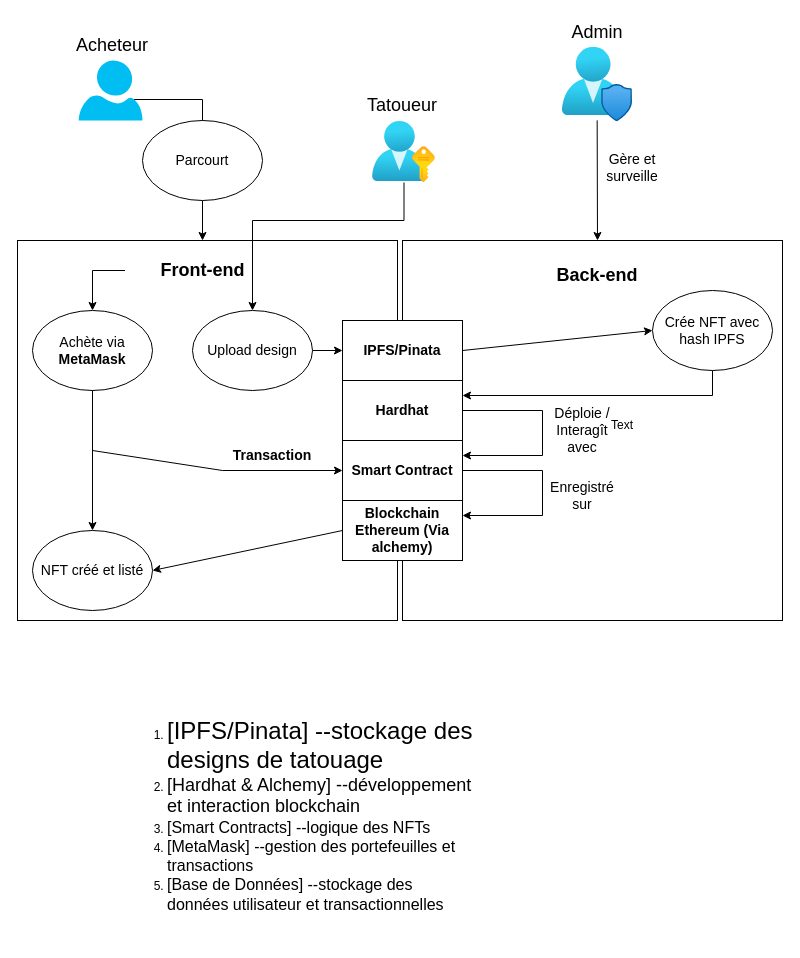
Earlier version of the draw.io diagram Diagramme sans nom.drawio (Lodidiz/NFTMarketplaceTattoo). Source tidied: cells renumbered, new cells numbered last; positions are measured from the earlier drawing's top-left corner, leaving out a move shared by most shapes. Both pictures are drawn from the tidied source at 100%, with x=0, y=0 at pixel (17, 17).
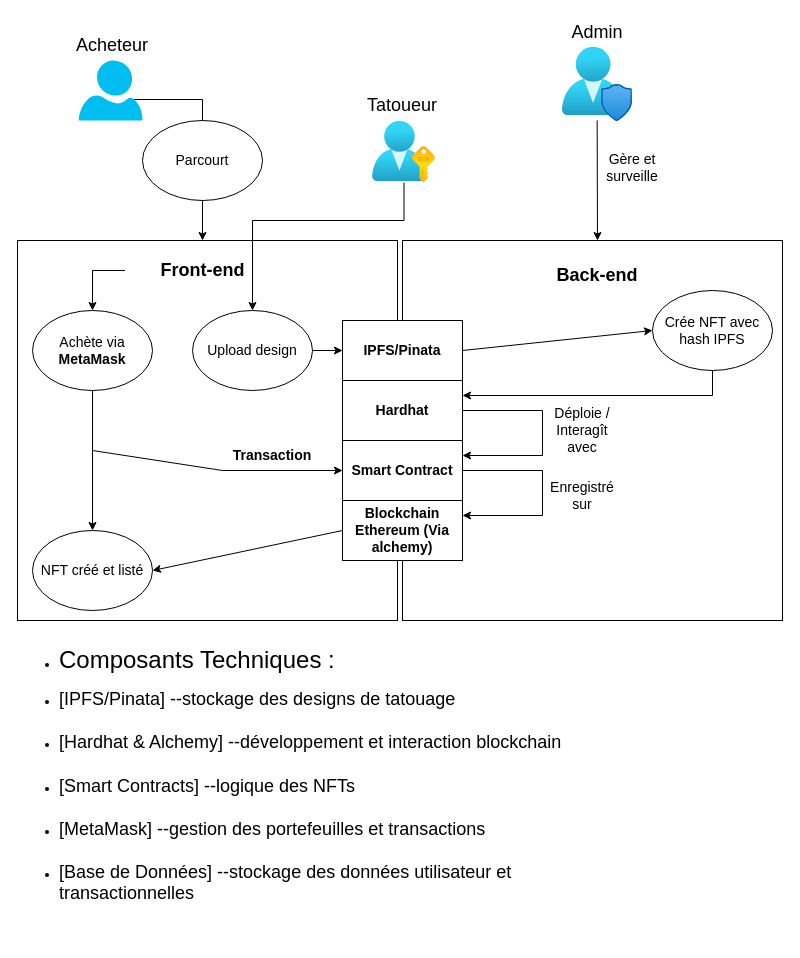
Above is the later version.

The edit, as a diff of the source:
```diff
@@
-    <mxCell id="36" value="Text" style="text;html=1;strokeColor=none;fillColor=none;align=center;verticalAlign=middle;whiteSpace=wrap;rounded=0;" parent="1" vertex="1">
-      <mxGeometry x="575" y="393" width="60" height="30" as="geometry" />
-    </mxCell>
@@
-    <mxCell id="40" value="&lt;ol&gt;&lt;li&gt;&lt;span style=&quot;background-color: initial;&quot;&gt;&lt;font style=&quot;font-size: 24px;&quot;&gt;[IPFS/Pinata] --stockage des designs de tatouage&amp;nbsp;&lt;/font&gt;&lt;/span&gt;&lt;/li&gt;&lt;li&gt;&lt;span style=&quot;background-color: initial;&quot;&gt;&lt;font style=&quot;font-size: 18px;&quot;&gt;[Hardhat &amp;amp; Alchemy] --développement et interaction blockchain&amp;nbsp;&lt;/font&gt;&lt;/span&gt;&lt;/li&gt;&lt;li&gt;&lt;span style=&quot;background-color: initial;&quot;&gt;&lt;font size=&quot;3&quot;&gt;[Smart Contracts] --logique des NFTs&amp;nbsp;&lt;/font&gt;&lt;/span&gt;&lt;/li&gt;&lt;li&gt;&lt;span style=&quot;background-color: initial;&quot;&gt;&lt;font size=&quot;3&quot;&gt;[MetaMask] --gestion des portefeuilles et transactions&amp;nbsp;&lt;/font&gt;&lt;/span&gt;&lt;/li&gt;&lt;li&gt;&lt;span style=&quot;background-color: initial;&quot;&gt;&lt;font size=&quot;3&quot;&gt;[Base de Données] --stockage des données utilisateur et transactionnelles&lt;/font&gt;&lt;/span&gt;&lt;br&gt;&lt;/li&gt;&lt;/ol&gt;" style="text;strokeColor=none;fillColor=none;html=1;whiteSpace=wrap;verticalAlign=middle;overflow=hidden;" parent="1" vertex="1">
-      <mxGeometry x="107.5" y="673" width="350" height="250" as="geometry" />
-    </mxCell>
+    <mxCell id="41" value="&lt;ul&gt;&lt;li&gt;&lt;font style=&quot;&quot;&gt;&lt;font style=&quot;font-size: 24px;&quot;&gt;Composants Techniques :&lt;br&gt;&lt;/font&gt;&lt;br&gt;&lt;/font&gt;&lt;/li&gt;&lt;li&gt;&lt;font style=&quot;font-size: 18px;&quot;&gt;[IPFS/Pinata] --stockage des designs de tatouage&lt;br&gt;&lt;br&gt;&lt;/font&gt;&lt;/li&gt;&lt;li&gt;&lt;font style=&quot;font-size: 18px;&quot;&gt;[Hardhat &amp;amp; Alchemy] --développement et interaction blockchain&lt;br&gt;&lt;br&gt;&lt;/font&gt;&lt;/li&gt;&lt;li&gt;&lt;font style=&quot;font-size: 18px;&quot;&gt;[Smart Contracts] --logique des NFTs&lt;br&gt;&lt;br&gt;&lt;/font&gt;&lt;/li&gt;&lt;li&gt;&lt;font style=&quot;font-size: 18px;&quot;&gt;[MetaMask] --gestion des portefeuilles et transactions&lt;br&gt;&lt;br&gt;&lt;/font&gt;&lt;/li&gt;&lt;li&gt;&lt;font style=&quot;font-size: 18px;&quot;&gt;[Base de Données] --stockage des données utilisateur et transactionnelles&lt;/font&gt;&lt;br&gt;&lt;/li&gt;&lt;/ul&gt;" style="text;strokeColor=none;fillColor=none;html=1;whiteSpace=wrap;verticalAlign=middle;overflow=hidden;" parent="1" vertex="1">
+      <mxGeometry y="603" width="545" height="310" as="geometry" />
+    </mxCell>
```
